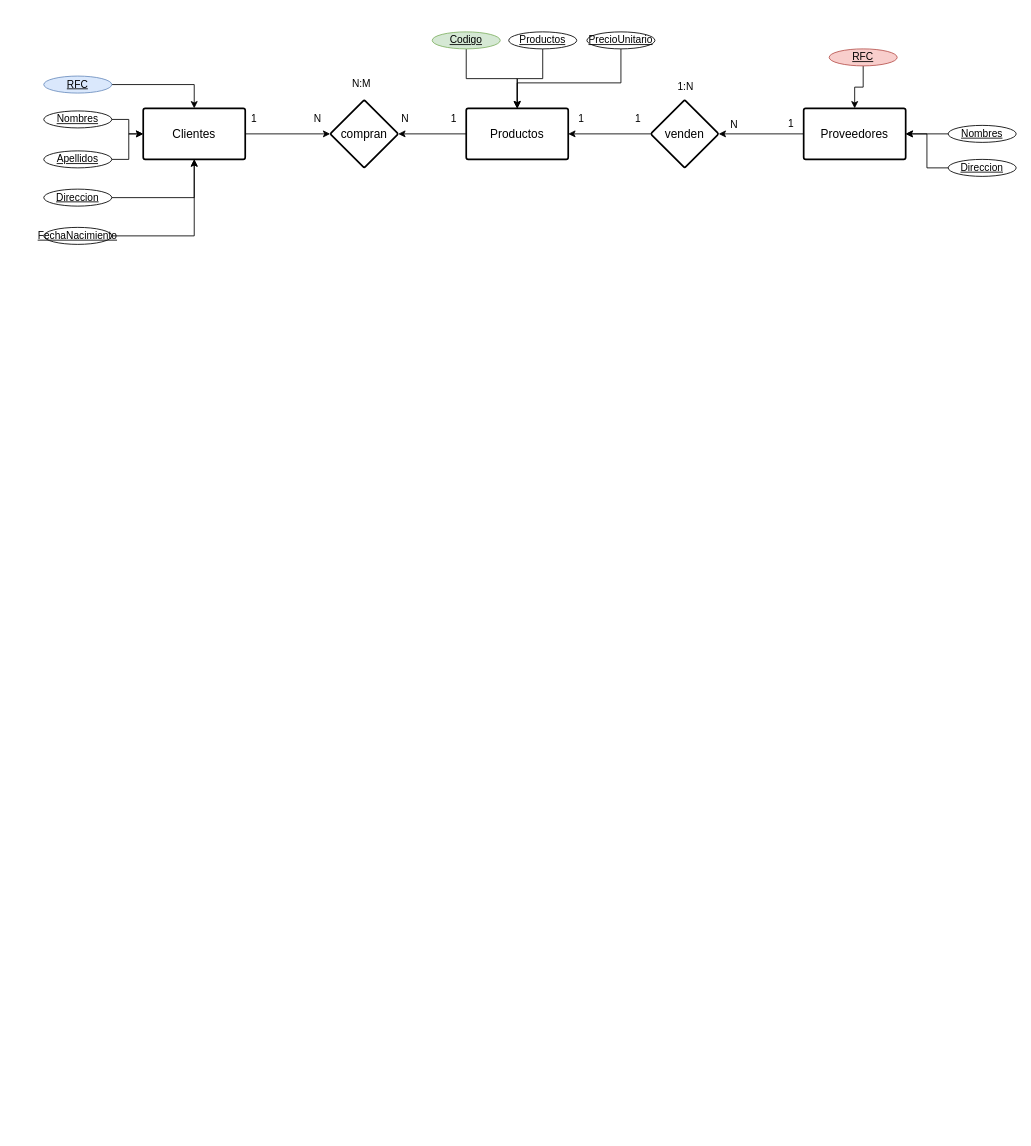
Before: page "Ejercicio 1" (1 of 2) of Diagrama sin título.drawio in ErickCst/basesDatos, a draw.io diagram. Source tidied: cells renumbered, new cells numbered last; positions are measured from the earlier drawing's top-left corner, leaving out a move shared by most shapes. Both pictures are drawn from the tidied source at 85%, with x=0, y=0 at pixel (43, 31).
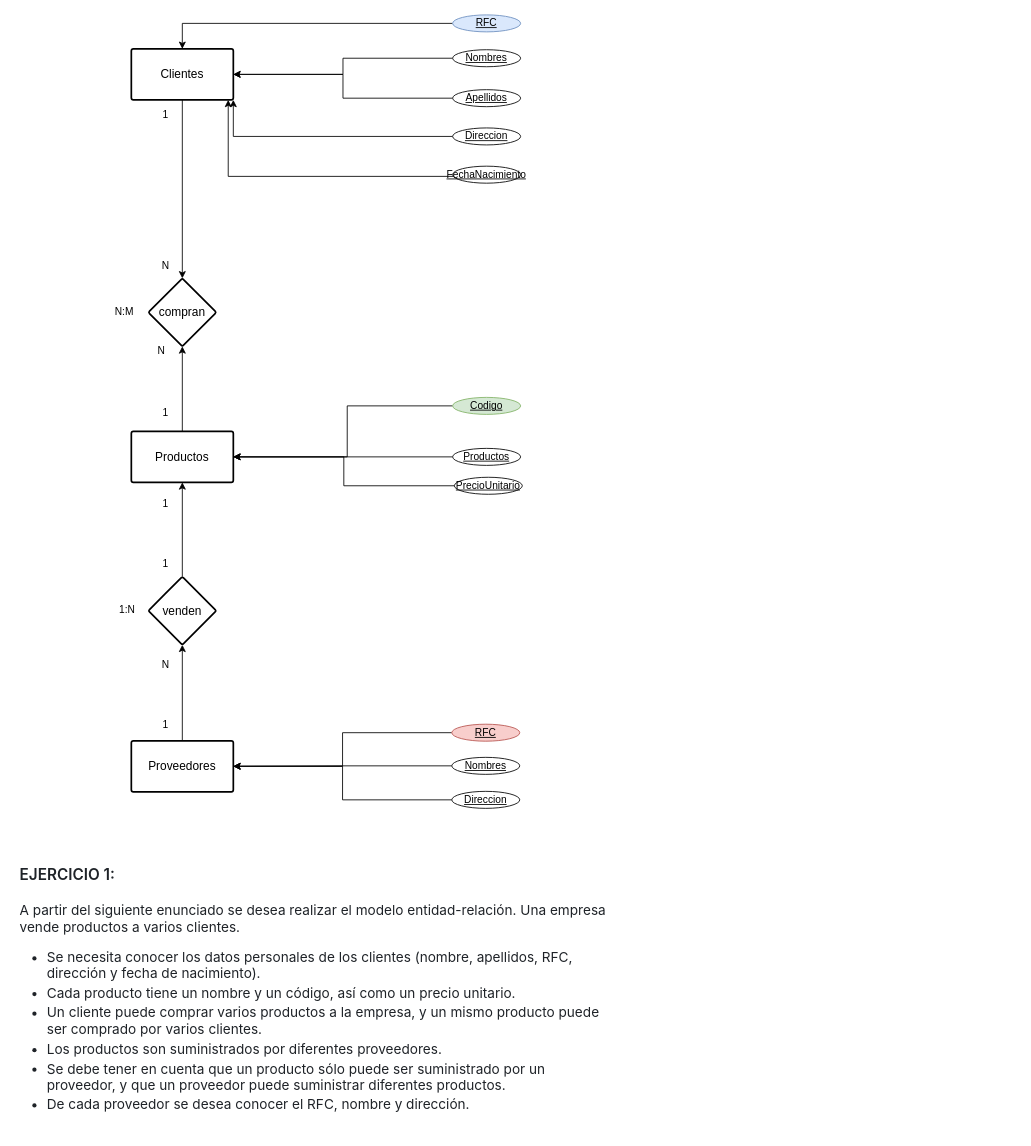
Above is the later version.

The edit, as a diff of the source:
```diff
@@
     <mxCell id="3" value="RFC" style="ellipse;whiteSpace=wrap;html=1;align=center;fontStyle=4;fillColor=#dae8fc;strokeColor=#6c8ebf;" parent="1" vertex="1">
-      <mxGeometry y="52" width="80" height="20" as="geometry" />
+      <mxGeometry x="481" y="-20" width="80" height="20" as="geometry" />
     </mxCell>
@@
     <mxCell id="6" value="compran" style="rhombus;whiteSpace=wrap;html=1;fontSize=14;fontStyle=0;startSize=50;rounded=1;strokeWidth=2;shadow=0;dashed=0;arcSize=4;" parent="1" vertex="1">
-      <mxGeometry x="337" y="80" width="80" height="80" as="geometry" />
+      <mxGeometry x="123" y="290" width="80" height="80" as="geometry" />
     </mxCell>
@@
     <mxCell id="8" value="Productos" style="whiteSpace=wrap;html=1;fontSize=14;fontStyle=0;startSize=50;rounded=1;strokeWidth=2;shadow=0;dashed=0;arcSize=4;" parent="1" vertex="1">
-      <mxGeometry x="497" y="90" width="120" height="60" as="geometry" />
+      <mxGeometry x="103" y="470" width="120" height="60" as="geometry" />
     </mxCell>
@@
     <mxCell id="10" value="venden" style="rhombus;whiteSpace=wrap;html=1;fontSize=14;fontStyle=0;startSize=50;rounded=1;strokeWidth=2;shadow=0;dashed=0;arcSize=4;" parent="1" vertex="1">
-      <mxGeometry x="714" y="80" width="80" height="80" as="geometry" />
+      <mxGeometry x="123" y="641" width="80" height="80" as="geometry" />
     </mxCell>
     <mxCell id="11" value="Proveedores" style="whiteSpace=wrap;html=1;fontSize=14;fontStyle=0;startSize=50;rounded=1;strokeWidth=2;shadow=0;dashed=0;arcSize=4;" parent="1" vertex="1">
-      <mxGeometry x="894" y="90" width="120" height="60" as="geometry" />
+      <mxGeometry x="103" y="834" width="120" height="60" as="geometry" />
     </mxCell>
     <mxCell id="12" value="Clientes" style="whiteSpace=wrap;html=1;fontSize=14;fontStyle=0;startSize=50;rounded=1;strokeWidth=2;shadow=0;dashed=0;arcSize=4;" parent="1" vertex="1">
-      <mxGeometry x="117" y="90" width="120" height="60" as="geometry" />
+      <mxGeometry x="103" y="20" width="120" height="60" as="geometry" />
     </mxCell>
-    <mxCell id="13" value="1" style="text;html=1;align=center;verticalAlign=middle;strokeColor=none;fillColor=none;" parent="1" vertex="1">
-      <mxGeometry x="232" y="88" width="30" height="30" as="geometry" />
-    </mxCell>
+    <mxCell id="43" value="1" style="text;html=1;align=center;verticalAlign=middle;strokeColor=none;fillColor=none;" parent="1" vertex="1">
+      <mxGeometry x="128" y="83" width="30" height="30" as="geometry" />
+    </mxCell>
     <mxCell id="14" style="edgeStyle=orthogonalEdgeStyle;rounded=0;jettySize=auto;html=1;" parent="1" edge="1" source="15" target="12">
-      <mxGeometry relative="1" as="geometry" />
+      <mxGeometry relative="1" as="geometry">
+        <Array as="points">
+          <mxPoint x="217" y="170" />
+        </Array>
+      </mxGeometry>
     </mxCell>
     <mxCell id="15" value="FechaNacimiento" style="ellipse;whiteSpace=wrap;html=1;align=center;fontStyle=4;" parent="1" vertex="1">
-      <mxGeometry y="230" width="80" height="20" as="geometry" />
+      <mxGeometry x="481" y="158" width="80" height="20" as="geometry" />
     </mxCell>
-    <mxCell id="16" style="edgeStyle=orthogonalEdgeStyle;rounded=0;jettySize=auto;html=1;" parent="1" edge="1" source="17" target="12">
-      <mxGeometry relative="1" as="geometry" />
-    </mxCell>
-    <mxCell id="17" value="Direccion" style="ellipse;whiteSpace=wrap;html=1;align=center;fontStyle=4;" parent="1" vertex="1">
-      <mxGeometry y="185" width="80" height="20" as="geometry" />
-    </mxCell>
+    <mxCell id="44" style="edgeStyle=orthogonalEdgeStyle;rounded=0;jettySize=auto;html=1;" parent="1" edge="1" source="45" target="12">
+      <mxGeometry relative="1" as="geometry">
+        <Array as="points">
+          <mxPoint x="223" y="123" />
+        </Array>
+      </mxGeometry>
+    </mxCell>
+    <mxCell id="45" value="Direccion" style="ellipse;whiteSpace=wrap;html=1;align=center;fontStyle=4;" parent="1" vertex="1">
+      <mxGeometry x="481" y="113" width="80" height="20" as="geometry" />
+    </mxCell>
@@
     <mxCell id="19" value="Apellidos&lt;br&gt;" style="ellipse;whiteSpace=wrap;html=1;align=center;fontStyle=4;" parent="1" vertex="1">
-      <mxGeometry y="140" width="80" height="20" as="geometry" />
+      <mxGeometry x="481" y="68" width="80" height="20" as="geometry" />
     </mxCell>
-    <mxCell id="20" style="edgeStyle=orthogonalEdgeStyle;rounded=0;jettySize=auto;html=1;" parent="1" edge="1" source="21" target="12">
-      <mxGeometry relative="1" as="geometry" />
-    </mxCell>
-    <mxCell id="21" value="Nombres" style="ellipse;whiteSpace=wrap;html=1;align=center;fontStyle=4;" parent="1" vertex="1">
-      <mxGeometry y="93" width="80" height="20" as="geometry" />
-    </mxCell>
-    <mxCell id="22" style="edgeStyle=orthogonalEdgeStyle;rounded=0;jettySize=auto;html=1;" parent="1" edge="1" source="23" target="11">
-      <mxGeometry relative="1" as="geometry" />
-    </mxCell>
-    <mxCell id="23" value="Direccion" style="ellipse;whiteSpace=wrap;html=1;align=center;fontStyle=4;" parent="1" vertex="1">
-      <mxGeometry x="1064" y="150" width="80" height="20" as="geometry" />
-    </mxCell>
-    <mxCell id="24" style="edgeStyle=orthogonalEdgeStyle;rounded=0;jettySize=auto;html=1;" parent="1" edge="1" source="25" target="11">
-      <mxGeometry relative="1" as="geometry" />
-    </mxCell>
-    <mxCell id="25" value="Nombres" style="ellipse;whiteSpace=wrap;html=1;align=center;fontStyle=4;" parent="1" vertex="1">
-      <mxGeometry x="1064" y="110" width="80" height="20" as="geometry" />
-    </mxCell>
+    <mxCell id="46" style="edgeStyle=orthogonalEdgeStyle;rounded=0;jettySize=auto;html=1;" parent="1" edge="1" source="47" target="12">
+      <mxGeometry relative="1" as="geometry" />
+    </mxCell>
+    <mxCell id="47" value="Nombres" style="ellipse;whiteSpace=wrap;html=1;align=center;fontStyle=4;" parent="1" vertex="1">
+      <mxGeometry x="481" y="21" width="80" height="20" as="geometry" />
+    </mxCell>
+    <mxCell id="48" style="edgeStyle=orthogonalEdgeStyle;rounded=0;jettySize=auto;html=1;" parent="1" edge="1" source="49" target="11">
+      <mxGeometry relative="1" as="geometry" />
+    </mxCell>
+    <mxCell id="49" value="Direccion" style="ellipse;whiteSpace=wrap;html=1;align=center;fontStyle=4;" parent="1" vertex="1">
+      <mxGeometry x="480" y="893.5" width="80" height="20" as="geometry" />
+    </mxCell>
+    <mxCell id="50" style="edgeStyle=orthogonalEdgeStyle;rounded=0;jettySize=auto;html=1;" parent="1" edge="1" source="51" target="11">
+      <mxGeometry relative="1" as="geometry" />
+    </mxCell>
+    <mxCell id="51" value="Nombres" style="ellipse;whiteSpace=wrap;html=1;align=center;fontStyle=4;" parent="1" vertex="1">
+      <mxGeometry x="480" y="853.5" width="80" height="20" as="geometry" />
+    </mxCell>
@@
     <mxCell id="27" value="RFC" style="ellipse;whiteSpace=wrap;html=1;align=center;fontStyle=4;fillColor=#f8cecc;strokeColor=#b85450;" parent="1" vertex="1">
-      <mxGeometry x="924" y="20" width="80" height="20" as="geometry" />
+      <mxGeometry x="480" y="814.5" width="80" height="20" as="geometry" />
     </mxCell>
-    <mxCell id="28" style="edgeStyle=orthogonalEdgeStyle;rounded=0;jettySize=auto;html=1;" parent="1" edge="1" source="29" target="8">
-      <mxGeometry relative="1" as="geometry" />
+    <mxCell id="28" style="edgeStyle=orthogonalEdgeStyle;rounded=0;jettySize=auto;html=1;exitX=0;exitY=0.5;exitDx=0;exitDy=0;" parent="1" edge="1" source="29" target="8">
+      <mxGeometry relative="1" as="geometry">
+        <Array as="points">
+          <mxPoint x="357" y="440" />
+          <mxPoint x="357" y="500" />
+        </Array>
+      </mxGeometry>
     </mxCell>
     <mxCell id="29" value="Codigo" style="ellipse;whiteSpace=wrap;html=1;align=center;fontStyle=4;fillColor=#d5e8d4;strokeColor=#82b366;" parent="1" vertex="1">
-      <mxGeometry x="457" width="80" height="20" as="geometry" />
+      <mxGeometry x="481" y="430" width="80" height="20" as="geometry" />
     </mxCell>
@@
     <mxCell id="31" value="Productos" style="ellipse;whiteSpace=wrap;html=1;align=center;fontStyle=4;" parent="1" vertex="1">
-      <mxGeometry x="547" width="80" height="20" as="geometry" />
+      <mxGeometry x="481" y="490" width="80" height="20" as="geometry" />
     </mxCell>
+    <mxCell id="33" value="PrecioUnitario" style="ellipse;whiteSpace=wrap;html=1;align=center;fontStyle=4;" parent="1" vertex="1">
+      <mxGeometry x="483" y="524" width="80" height="20" as="geometry" />
+    </mxCell>
+    <mxCell id="52" value="N" style="text;html=1;align=center;verticalAlign=middle;strokeColor=none;fillColor=none;" parent="1" vertex="1">
+      <mxGeometry x="128" y="260" width="30" height="30" as="geometry" />
+    </mxCell>
     <mxCell id="32" style="edgeStyle=orthogonalEdgeStyle;rounded=0;jettySize=auto;html=1;" parent="1" edge="1" source="33" target="8">
-      <mxGeometry relative="1" as="geometry">
-        <Array as="points">
-          <mxPoint x="679" y="60" />
-          <mxPoint x="557" y="60" />
-        </Array>
-      </mxGeometry>
+      <mxGeometry relative="1" as="geometry" />
     </mxCell>
-    <mxCell id="33" value="PrecioUnitario" style="ellipse;whiteSpace=wrap;html=1;align=center;fontStyle=4;" parent="1" vertex="1">
-      <mxGeometry x="639" width="80" height="20" as="geometry" />
-    </mxCell>
     <mxCell id="34" value="N:M" style="text;strokeColor=none;fillColor=none;spacingLeft=4;spacingRight=4;overflow=hidden;fontSize=12;whiteSpace=wrap;html=1;" parent="1" vertex="1">
-      <mxGeometry x="357" y="47" width="40" height="30" as="geometry" />
+      <mxGeometry x="78" y="315" width="40" height="30" as="geometry" />
     </mxCell>
-    <mxCell id="35" value="N" style="text;html=1;align=center;verticalAlign=middle;strokeColor=none;fillColor=none;" parent="1" vertex="1">
-      <mxGeometry x="307" y="88" width="30" height="30" as="geometry" />
-    </mxCell>
-    <mxCell id="36" value="N" style="text;html=1;align=center;verticalAlign=middle;strokeColor=none;fillColor=none;" parent="1" vertex="1">
-      <mxGeometry x="410" y="88" width="30" height="30" as="geometry" />
-    </mxCell>
-    <mxCell id="37" value="1" style="text;html=1;align=center;verticalAlign=middle;strokeColor=none;fillColor=none;" parent="1" vertex="1">
-      <mxGeometry x="467" y="88" width="30" height="30" as="geometry" />
-    </mxCell>
-    <mxCell id="38" value="1" style="text;html=1;align=center;verticalAlign=middle;strokeColor=none;fillColor=none;" parent="1" vertex="1">
-      <mxGeometry x="864" y="93" width="30" height="30" as="geometry" />
-    </mxCell>
-    <mxCell id="39" value="N" style="text;html=1;align=center;verticalAlign=middle;strokeColor=none;fillColor=none;" parent="1" vertex="1">
-      <mxGeometry x="797" y="94" width="30" height="30" as="geometry" />
-    </mxCell>
-    <mxCell id="40" value="1" style="text;html=1;align=center;verticalAlign=middle;strokeColor=none;fillColor=none;" parent="1" vertex="1">
-      <mxGeometry x="684" y="88" width="30" height="30" as="geometry" />
-    </mxCell>
-    <mxCell id="41" value="1" style="text;html=1;align=center;verticalAlign=middle;strokeColor=none;fillColor=none;" parent="1" vertex="1">
-      <mxGeometry x="617" y="88" width="30" height="30" as="geometry" />
-    </mxCell>
+    <mxCell id="53" value="N" style="text;html=1;align=center;verticalAlign=middle;strokeColor=none;fillColor=none;" parent="1" vertex="1">
+      <mxGeometry x="123" y="360" width="30" height="30" as="geometry" />
+    </mxCell>
+    <mxCell id="54" value="1" style="text;html=1;align=center;verticalAlign=middle;strokeColor=none;fillColor=none;" parent="1" vertex="1">
+      <mxGeometry x="128" y="433" width="30" height="30" as="geometry" />
+    </mxCell>
+    <mxCell id="55" value="1" style="text;html=1;align=center;verticalAlign=middle;strokeColor=none;fillColor=none;" parent="1" vertex="1">
+      <mxGeometry x="128" y="540" width="30" height="30" as="geometry" />
+    </mxCell>
+    <mxCell id="56" value="1" style="text;html=1;align=center;verticalAlign=middle;strokeColor=none;fillColor=none;" parent="1" vertex="1">
+      <mxGeometry x="128" y="611" width="30" height="30" as="geometry" />
+    </mxCell>
     <mxCell id="42" value="1:N" style="text;strokeColor=none;fillColor=none;spacingLeft=4;spacingRight=4;overflow=hidden;fontSize=12;whiteSpace=wrap;html=1;" parent="1" vertex="1">
-      <mxGeometry x="740" y="51" width="40" height="30" as="geometry" />
+      <mxGeometry x="83" y="666" width="40" height="30" as="geometry" />
     </mxCell>
+    <mxCell id="57" value="N" style="text;html=1;align=center;verticalAlign=middle;strokeColor=none;fillColor=none;" parent="1" vertex="1">
+      <mxGeometry x="128" y="730" width="30" height="30" as="geometry" />
+    </mxCell>
+    <mxCell id="58" value="1" style="text;html=1;align=center;verticalAlign=middle;strokeColor=none;fillColor=none;" parent="1" vertex="1">
+      <mxGeometry x="128" y="800" width="30" height="30" as="geometry" />
+    </mxCell>
+    <mxCell id="59" value="&#10;&lt;h2 style=&quot;box-sizing: border-box; margin-bottom: 16px; font-size: 1.5em; font-weight: var(--base-text-weight-semibold, 600); line-height: 1.25; padding-bottom: 0.3em; border-bottom: 1px solid var(--borderColor-muted, var(--color-border-muted)); color: rgb(31, 35, 40); font-family: -apple-system, BlinkMacSystemFont, &amp;quot;Segoe UI&amp;quot;, &amp;quot;Noto Sans&amp;quot;, Helvetica, Arial, sans-serif, &amp;quot;Apple Color Emoji&amp;quot;, &amp;quot;Segoe UI Emoji&amp;quot;; font-style: normal; font-variant-ligatures: normal; font-variant-caps: normal; letter-spacing: normal; orphans: 2; text-align: start; text-indent: 0px; text-transform: none; widows: 2; word-spacing: 0px; -webkit-text-stroke-width: 0px; background-color: rgb(255, 255, 255); text-decoration-thickness: initial; text-decoration-style: initial; text-decoration-color: initial; margin-top: 0px !important;&quot; dir=&quot;auto&quot; tabindex=&quot;-1&quot;&gt;EJERCICIO 1:&lt;/h2&gt;&lt;p style=&quot;box-sizing: border-box; margin-top: 0px; margin-bottom: 16px; color: rgb(31, 35, 40); font-family: -apple-system, BlinkMacSystemFont, &amp;quot;Segoe UI&amp;quot;, &amp;quot;Noto Sans&amp;quot;, Helvetica, Arial, sans-serif, &amp;quot;Apple Color Emoji&amp;quot;, &amp;quot;Segoe UI Emoji&amp;quot;; font-size: 16px; font-style: normal; font-variant-ligatures: normal; font-variant-caps: normal; font-weight: 400; letter-spacing: normal; orphans: 2; text-align: start; text-indent: 0px; text-transform: none; widows: 2; word-spacing: 0px; -webkit-text-stroke-width: 0px; background-color: rgb(255, 255, 255); text-decoration-thickness: initial; text-decoration-style: initial; text-decoration-color: initial;&quot; dir=&quot;auto&quot;&gt;A partir del siguiente enunciado se desea realizar el modelo entidad-relación. Una empresa vende productos a varios clientes.&lt;/p&gt;&lt;ul style=&quot;box-sizing: border-box; padding-left: 2em; margin-top: 0px; margin-bottom: 16px; color: rgb(31, 35, 40); font-family: -apple-system, BlinkMacSystemFont, &amp;quot;Segoe UI&amp;quot;, &amp;quot;Noto Sans&amp;quot;, Helvetica, Arial, sans-serif, &amp;quot;Apple Color Emoji&amp;quot;, &amp;quot;Segoe UI Emoji&amp;quot;; font-size: 16px; font-style: normal; font-variant-ligatures: normal; font-variant-caps: normal; font-weight: 400; letter-spacing: normal; orphans: 2; text-align: start; text-indent: 0px; text-transform: none; widows: 2; word-spacing: 0px; -webkit-text-stroke-width: 0px; background-color: rgb(255, 255, 255); text-decoration-thickness: initial; text-decoration-style: initial; text-decoration-color: initial;&quot; dir=&quot;auto&quot;&gt;&lt;li style=&quot;box-sizing: border-box;&quot;&gt;Se necesita conocer los datos personales de los clientes (nombre, apellidos, RFC, dirección y fecha de nacimiento).&lt;/li&gt;&lt;li style=&quot;box-sizing: border-box; margin-top: 0.25em;&quot;&gt;Cada producto tiene un nombre y un código, así como un precio unitario.&lt;/li&gt;&lt;li style=&quot;box-sizing: border-box; margin-top: 0.25em;&quot;&gt;Un cliente puede comprar varios productos a la empresa, y un mismo producto puede ser comprado por varios clientes.&lt;/li&gt;&lt;li style=&quot;box-sizing: border-box; margin-top: 0.25em;&quot;&gt;Los productos son suministrados por diferentes proveedores.&lt;/li&gt;&lt;li style=&quot;box-sizing: border-box; margin-top: 0.25em;&quot;&gt;Se debe tener en cuenta que un producto sólo puede ser suministrado por un proveedor, y que un proveedor puede suministrar diferentes productos.&lt;/li&gt;&lt;li style=&quot;box-sizing: border-box; margin-top: 0.25em;&quot;&gt;De cada proveedor se desea conocer el RFC, nombre y dirección.&lt;/li&gt;&lt;/ul&gt;&#10;&#10;" style="text;strokeColor=none;fillColor=none;spacingLeft=4;spacingRight=4;overflow=hidden;fontSize=12;whiteSpace=wrap;html=1;" parent="1" vertex="1">
+      <mxGeometry x="-34" y="960" width="710" height="330" as="geometry" />
+    </mxCell>
```
